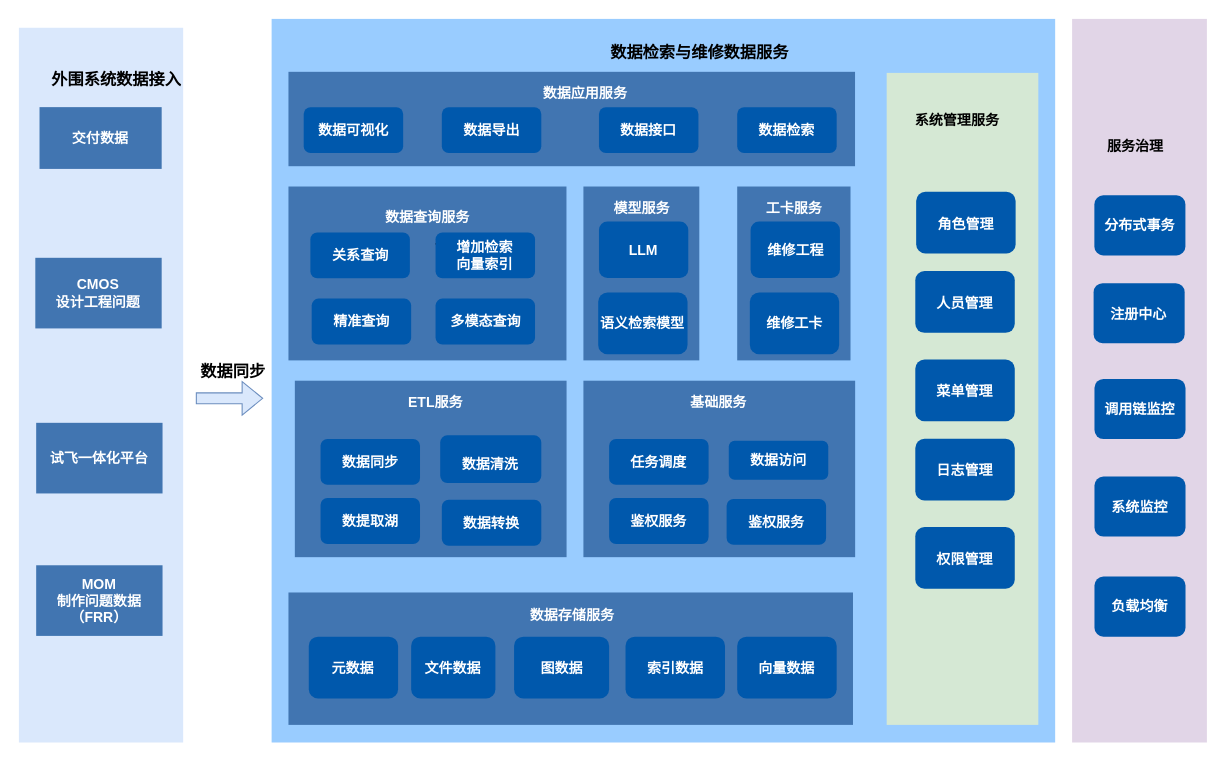
This is 数据检索与维修数据服/数据检索与维修数据服.drawio from DemonHan/KuickBuy, a draw.io file, before an edit. Source tidied: cells renumbered, new cells numbered last; positions are measured from the earlier drawing's top-left corner, leaving out a move shared by most shapes. Both pictures are drawn from the tidied source at 108%, with x=0, y=0 at pixel (18, 18).
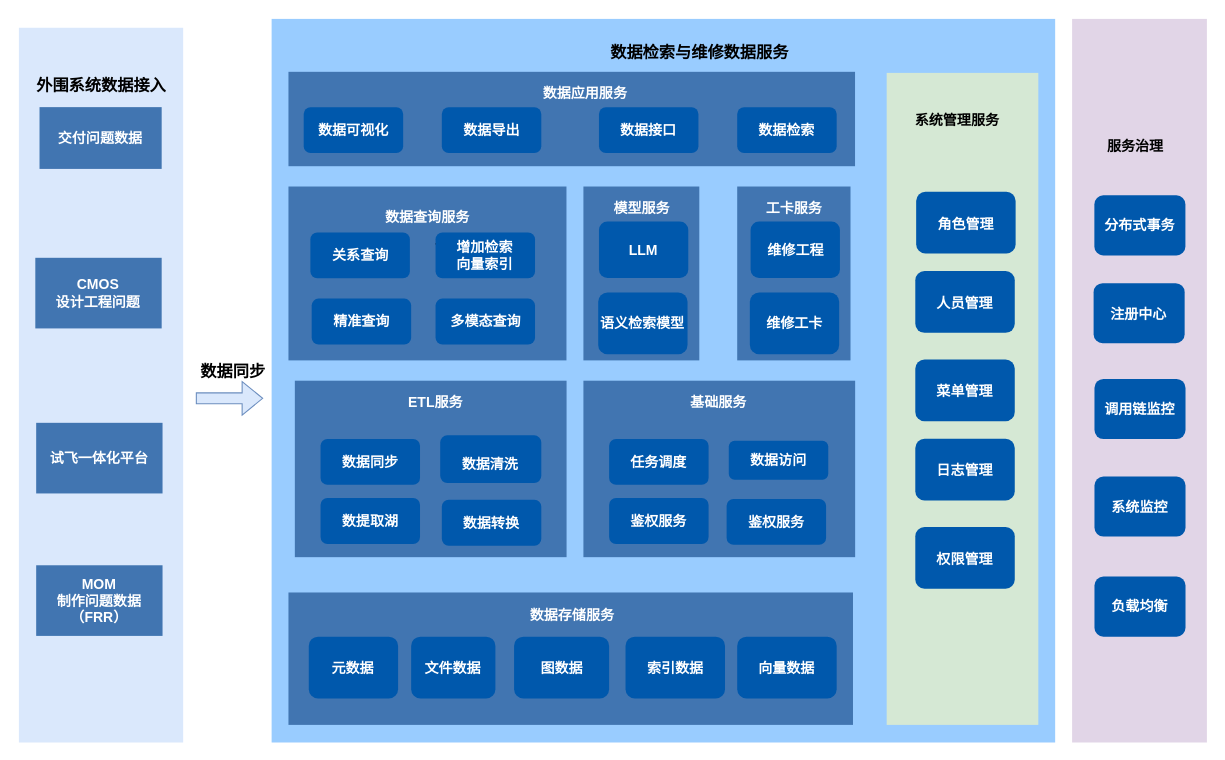
After the change.

Commit message (it also covers changes not shown here):
更新数据检索与维修数据服.drawio

Change to the diagram source:
```diff
@@
-    <mxCell id="6" value="&lt;span style=&quot;color: rgb(255, 255, 255);&quot;&gt;交付数据&lt;/span&gt;" style="rounded=0;whiteSpace=wrap;html=1;fillColor=#4175B1;fontStyle=1;fontSize=13;strokeColor=none;" parent="1" vertex="1">
+    <mxCell id="6" value="&lt;span style=&quot;color: rgb(255, 255, 255);&quot;&gt;交付问题数据&lt;/span&gt;" style="rounded=0;whiteSpace=wrap;html=1;fillColor=#4175B1;fontStyle=1;fontSize=13;strokeColor=none;" parent="1" vertex="1">
       <mxGeometry x="19.1" y="81.7" width="113.1" height="57.2" as="geometry" />
     </mxCell>
     <mxCell id="7" value="外围系统数据接入" style="text;html=1;align=center;verticalAlign=middle;strokeColor=none;fillColor=none;fontStyle=1;fontFamily=Garamond;fontSize=15;strokeWidth=1;" parent="1" vertex="1">
-      <mxGeometry x="19.9" y="40.9" width="140" height="30" as="geometry" />
+      <mxGeometry x="6.1" y="46.3" width="140" height="30" as="geometry" />
     </mxCell>
```
